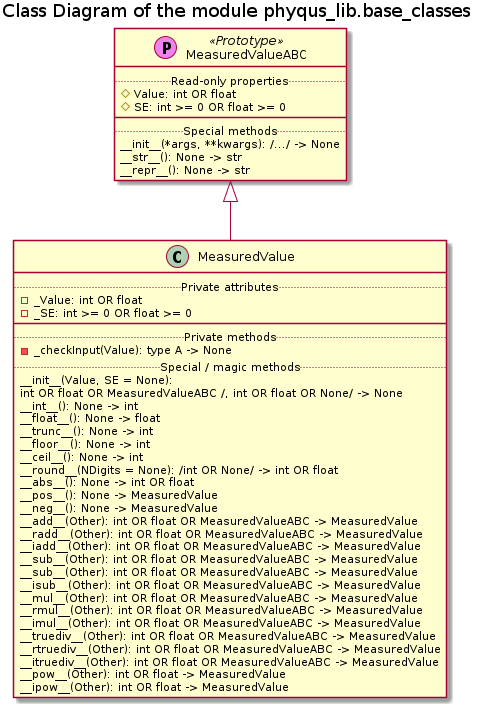
Earlier version of the PlantUML export Documents/UML/base_classes/classes.png (FooBarShebang/phyqus_lib). Its diagram source:
```plantuml
@startuml classes

title Class Diagram of the module phyqus_lib.base_classes

















class MeasuredValueABC <<(P, violet) Prototype>>{
    ..Read-only properties..
    # Value: int OR float
    # SE: int >= 0 OR float >= 0
    ___
    ..Special methods..
    __init__(*args, **kwargs): /.../ -> None
    __str__(): None -> str
    __repr__(): None -> str
}



class MeasuredValue {
    ..Private attributes..
    - _Value: int OR float
    - _SE: int >= 0 OR float >= 0
    ___
    ..Private methods..
    - _checkInput(Value): type A -> None
    ..Special / magic methods..
    __init__(Value, SE = None):
        int OR float OR MeasuredValueABC /, int OR float OR None/ -> None
    __int__(): None -> int
    __float__(): None -> float
    __trunc__(): None -> int
    __floor__(): None -> int
    __ceil__(): None -> int
    __round__(NDigits = None): /int OR None/ -> int OR float
    __abs__(): None -> int OR float
    __pos__(): None -> MeasuredValue
    __neg__(): None -> MeasuredValue
    __add__(Other): int OR float OR MeasuredValueABC -> MeasuredValue
    __radd__(Other): int OR float OR MeasuredValueABC -> MeasuredValue
    __iadd__(Other): int OR float OR MeasuredValueABC -> MeasuredValue
    __sub__(Other): int OR float OR MeasuredValueABC -> MeasuredValue
    __sub__(Other): int OR float OR MeasuredValueABC -> MeasuredValue
    __isub__(Other): int OR float OR MeasuredValueABC -> MeasuredValue
    __mul__(Other): int OR float OR MeasuredValueABC -> MeasuredValue
    __rmul__(Other): int OR float OR MeasuredValueABC -> MeasuredValue
    __imul__(Other): int OR float OR MeasuredValueABC -> MeasuredValue
    __truediv__(Other): int OR float OR MeasuredValueABC -> MeasuredValue
    __rtruediv__(Other): int OR float OR MeasuredValueABC -> MeasuredValue
    __itruediv__(Other): int OR float OR MeasuredValueABC -> MeasuredValue
    __pow__(Other): int OR float -> MeasuredValue
    __ipow__(Other): int OR float -> MeasuredValue
}

MeasuredValueABC <|-- MeasuredValue

@enduml
```
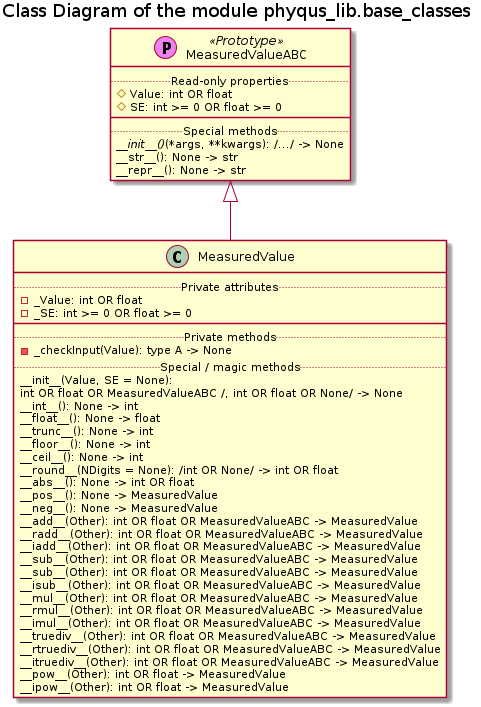
The same diagram one commit later.

Diff of the diagram source:
```diff
@@ -24,7 +24,7 @@
     # SE: int >= 0 OR float >= 0
     ___
     ..Special methods..
-    __init__(*args, **kwargs): /.../ -> None
+    <i>__init__()</i>(*args, **kwargs): /.../ -> None
     __str__(): None -> str
     __repr__(): None -> str
 }
```
